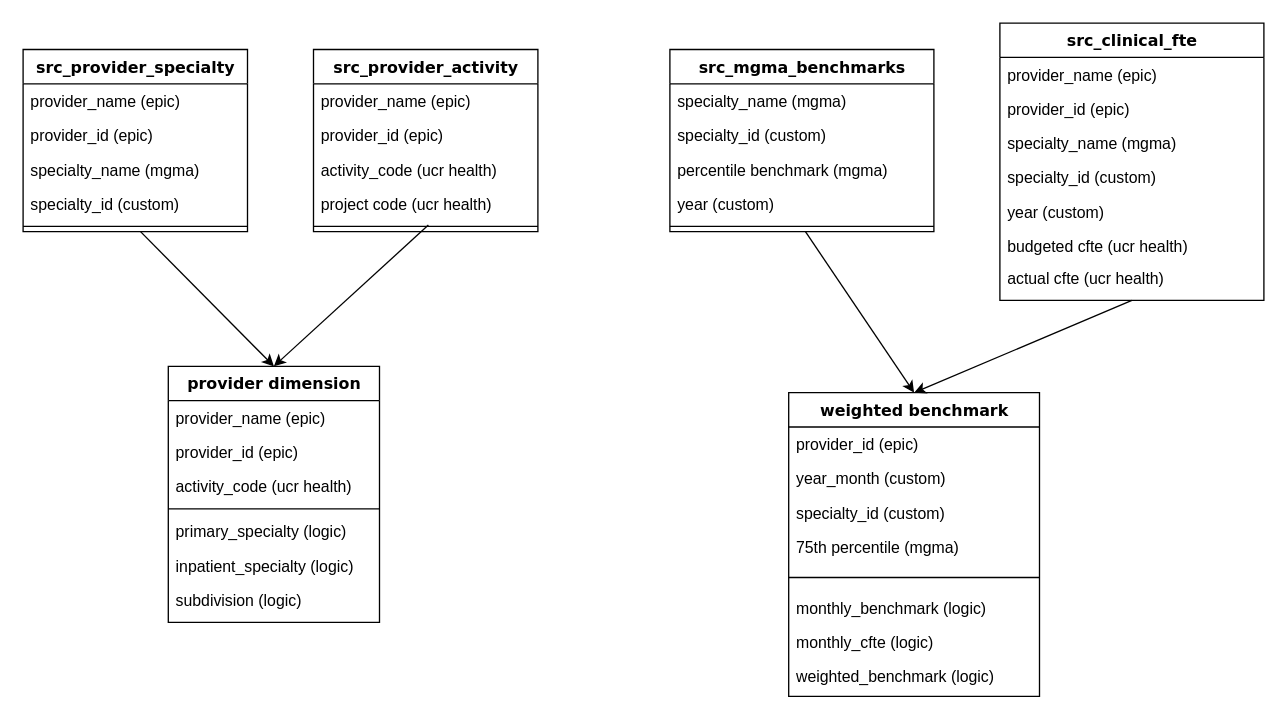
dansarmiento/data_projects keeps this draw.io diagram as page "source transformation" (1 of 3) of productivity.drawio. Above is the earlier version. Source tidied: cells renumbered, new cells numbered last; positions are measured from the earlier drawing's top-left corner, leaving out a move shared by most shapes. Both pictures are drawn from the tidied source at 132%, with x=0, y=0 at pixel (22, 22).
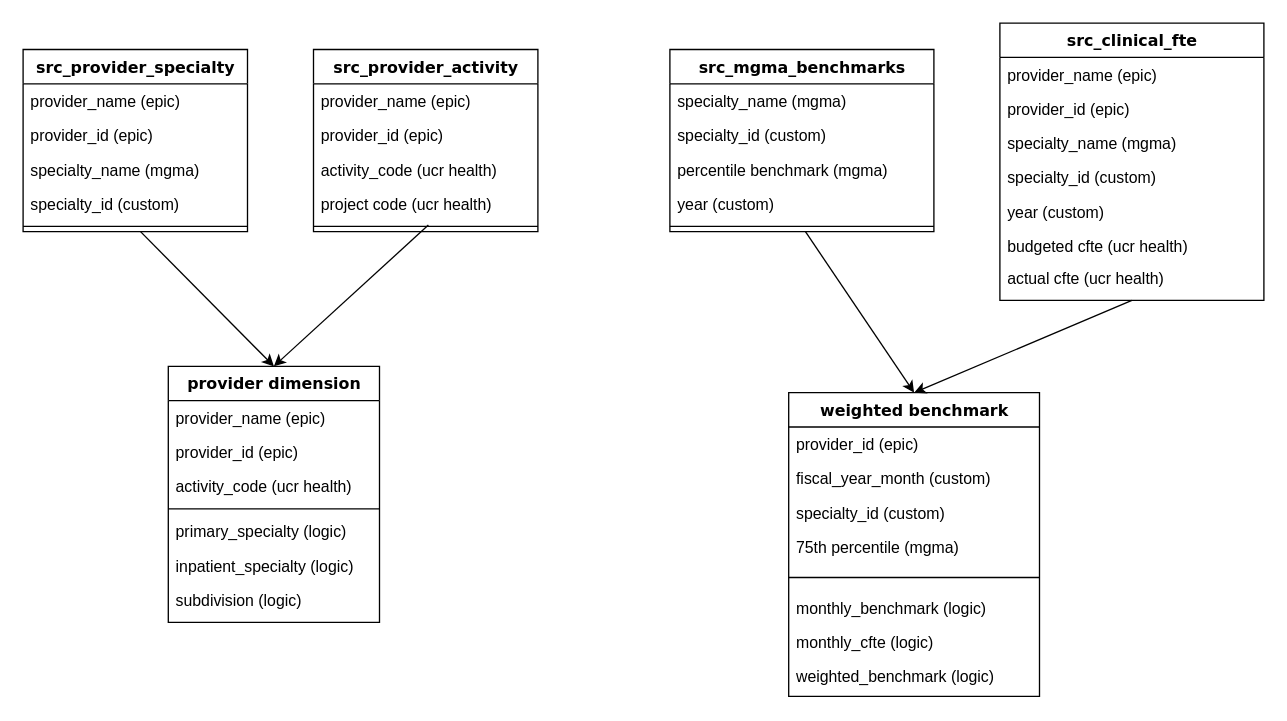
Above is the later version.

The change refers to these unchanged cells:
```xml
<mxCell id="36" value="weighted benchmark" style="swimlane;html=1;fontStyle=1;align=center;verticalAlign=top;horizontal=1;startSize=26;swimlaneFillColor=#ffffff;rounded=0;shadow=0;comic=0;labelBackgroundColor=none;strokeWidth=1;fillColor=none;fontFamily=Verdana;fontSize=12;" parent="1" vertex="1">
  <mxGeometry x="580" y="280" width="190" height="230" as="geometry" />
</mxCell>
```

Diff of the diagram source:
```diff
@@
-    <mxCell id="38" value="year_month (custom)" style="text;html=1;strokeColor=none;fillColor=none;align=left;verticalAlign=top;spacingLeft=4;spacingRight=4;whiteSpace=wrap;overflow=hidden;" parent="36" vertex="1">
+    <mxCell id="38" value="fiscal_year_month (custom)" style="text;html=1;strokeColor=none;fillColor=none;align=left;verticalAlign=top;spacingLeft=4;spacingRight=4;whiteSpace=wrap;overflow=hidden;" parent="36" vertex="1">
       <mxGeometry y="52" width="190" height="26" as="geometry" />
     </mxCell>
```
